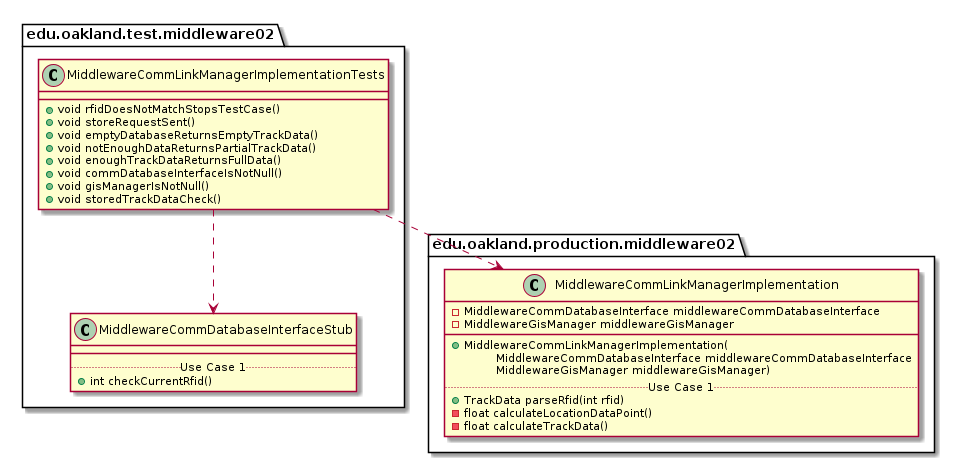
Before: docs/uml-class-diagrams/middleware02/test/MiddlewareCommLinkManagerImplementationTests/MiddlewareCommLinkManagerImplementationTests_DirectDependencies.png, a diagram exported from PlantUML (andrewdimmer/csi-3370-software-project).
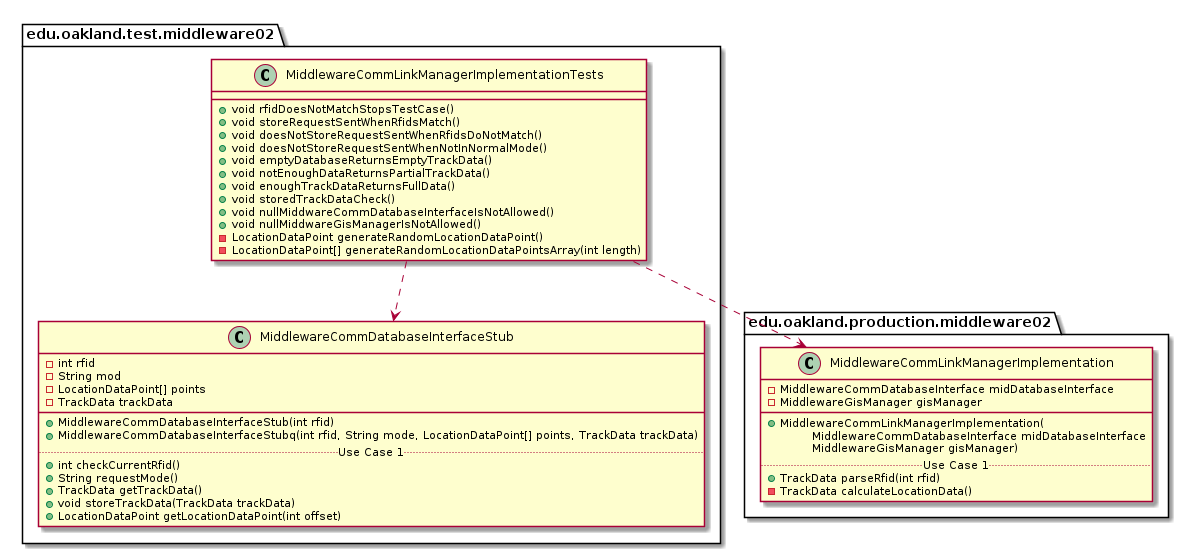
The same diagram one commit later.

What changed in the source:
```diff
@@ -4,13 +4,17 @@
 package edu.oakland.test.middleware02 {
     class MiddlewareCommLinkManagerImplementationTests {
         + void rfidDoesNotMatchStopsTestCase()
-        + void storeRequestSent()
+        + void storeRequestSentWhenRfidsMatch()
+        + void doesNotStoreRequestSentWhenRfidsDoNotMatch()
+        + void doesNotStoreRequestSentWhenNotInNormalMode()
         + void emptyDatabaseReturnsEmptyTrackData()
         + void notEnoughDataReturnsPartialTrackData()
         + void enoughTrackDataReturnsFullData()
-        + void commDatabaseInterfaceIsNotNull()
-        + void gisManagerIsNotNull()
         + void storedTrackDataCheck()
+        + void nullMiddwareCommDatabaseInterfaceIsNotAllowed()
+        + void nullMiddwareGisManagerIsNotAllowed()
+        - LocationDataPoint generateRandomLocationDataPoint()
+        - LocationDataPoint[] generateRandomLocationDataPointsArray(int length)
     }
 }
 
@@ -18,9 +22,19 @@
 
 package edu.oakland.test.middleware02 {
     class MiddlewareCommDatabaseInterfaceStub {
+        - int rfid
+        - String mod
+        - LocationDataPoint[] points
+        - TrackData trackData
         __
+        + MiddlewareCommDatabaseInterfaceStub(int rfid)
+        + MiddlewareCommDatabaseInterfaceStubq(int rfid, String mode, LocationDataPoint[] points, TrackData trackData)
         .. Use Case 1 ..
         + int checkCurrentRfid()
+        + String requestMode()
+        + TrackData getTrackData()
+        + void storeTrackData(TrackData trackData)
+        + LocationDataPoint getLocationDataPoint(int offset)
     }
 }
 
@@ -29,16 +43,15 @@
 
 package edu.oakland.production.middleware02 {
     class MiddlewareCommLinkManagerImplementation {
-        - MiddlewareCommDatabaseInterface middlewareCommDatabaseInterface
-        - MiddlewareGisManager middlewareGisManager
+        - MiddlewareCommDatabaseInterface midDatabaseInterface
+        - MiddlewareGisManager gisManager
         __
         + MiddlewareCommLinkManagerImplementation(
-        \tMiddlewareCommDatabaseInterface middlewareCommDatabaseInterface
-        \tMiddlewareGisManager middlewareGisManager)
+        \tMiddlewareCommDatabaseInterface midDatabaseInterface
+        \tMiddlewareGisManager gisManager)
         .. Use Case 1 ..
         + TrackData parseRfid(int rfid)
-        - float calculateLocationDataPoint()
-        - float calculateTrackData()
+        - TrackData calculateLocationData()
     }
 }
 
```
